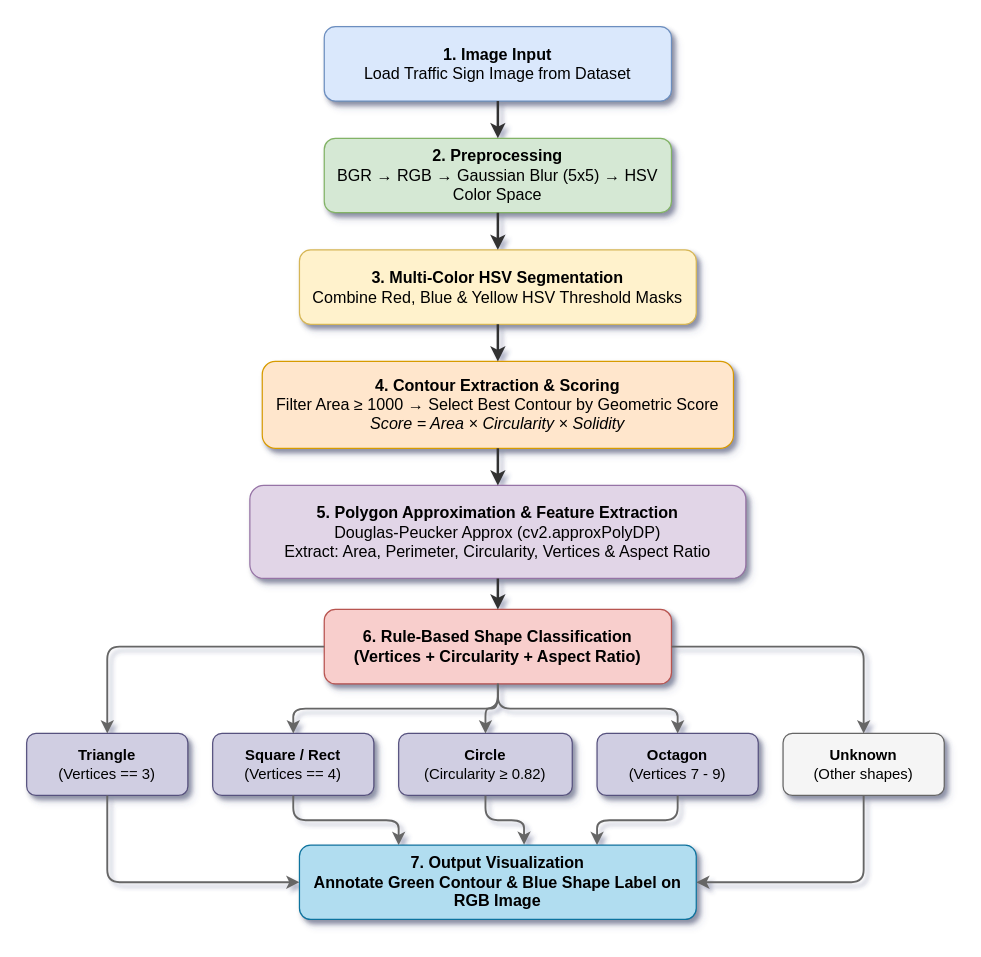
The draw.io diagram proposal/design/Shape_Detection_Pipeline.drawio in khoryz666/traffic-sign-recognition, before the edit. Source tidied: cells renumbered, new cells numbered last; positions are measured from the earlier drawing's top-left corner, leaving out a move shared by most shapes. Both pictures are drawn from the tidied source at 124%, with x=0, y=0 at pixel (26, 26).
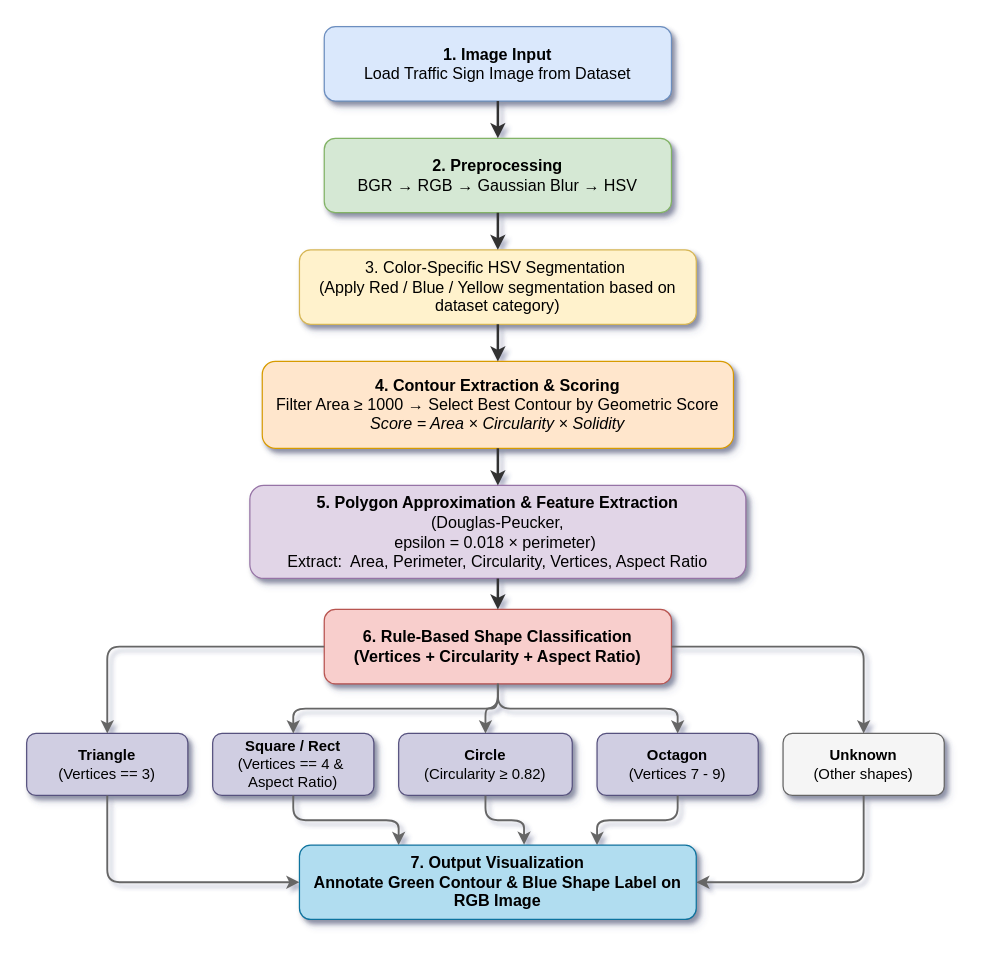
The same page after the edit.

Commit message:
Minor changes to shape detection pipeline design

What changed in the source:
```diff
@@
-    <mxCell id="3" value="&lt;b&gt;2. Preprocessing&lt;/b&gt;&lt;br&gt;BGR &amp;rarr; RGB &amp;rarr; Gaussian Blur (5x5) &amp;rarr; HSV Color Space" style="rounded=1;whiteSpace=wrap;html=1;fillColor=#d5e8d4;strokeColor=#82b366;fontFamily=Helvetica;fontSize=13;shadow=1;" parent="1" vertex="1">
+    <mxCell id="3" value="&lt;b&gt;2. Preprocessing&lt;/b&gt;&lt;br&gt;BGR → RGB → Gaussian Blur → HSV" style="rounded=1;whiteSpace=wrap;html=1;fillColor=#d5e8d4;strokeColor=#82b366;fontFamily=Helvetica;fontSize=13;shadow=1;" parent="1" vertex="1">
       <mxGeometry x="240" y="90" width="280" height="60" as="geometry" />
     </mxCell>
-    <mxCell id="4" value="&lt;b&gt;3. Multi-Color HSV Segmentation&lt;/b&gt;&lt;br&gt;Combine Red, Blue &amp;amp; Yellow HSV Threshold Masks" style="rounded=1;whiteSpace=wrap;html=1;fillColor=#fff2cc;strokeColor=#d6b656;fontFamily=Helvetica;fontSize=13;shadow=1;" parent="1" vertex="1">
+    <mxCell id="4" value="3. Color-Specific HSV Segmentation&amp;nbsp;&lt;div&gt;(Apply Red / Blue / Yellow segmentation based on dataset category)&lt;/div&gt;" style="rounded=1;whiteSpace=wrap;html=1;fillColor=#fff2cc;strokeColor=#d6b656;fontFamily=Helvetica;fontSize=13;shadow=1;" parent="1" vertex="1">
       <mxGeometry x="220" y="180" width="320" height="60" as="geometry" />
     </mxCell>
@@
-    <mxCell id="6" value="&lt;b&gt;5. Polygon Approximation &amp;amp; Feature Extraction&lt;/b&gt;&lt;br&gt;Douglas-Peucker Approx (cv2.approxPolyDP)&lt;br&gt;Extract: Area, Perimeter, Circularity, Vertices &amp;amp; Aspect Ratio" style="rounded=1;whiteSpace=wrap;html=1;fillColor=#e1d5e7;strokeColor=#9673a6;fontFamily=Helvetica;fontSize=13;shadow=1;" parent="1" vertex="1">
+    <mxCell id="6" value="&lt;b&gt;5. Polygon Approximation &amp;amp; Feature Extraction&lt;/b&gt;&lt;br&gt;(Douglas-Peucker,&lt;br/&gt;epsilon = 0.018 × perimeter)&amp;nbsp;&lt;div&gt;Extract:&amp;nbsp; Area, Perimeter, Circularity, Vertices, Aspect Ratio&lt;/div&gt;" style="rounded=1;whiteSpace=wrap;html=1;fillColor=#e1d5e7;strokeColor=#9673a6;fontFamily=Helvetica;fontSize=13;shadow=1;" parent="1" vertex="1">
       <mxGeometry x="180" y="370" width="400" height="75" as="geometry" />
     </mxCell>
@@
-    <mxCell id="9" value="&lt;b&gt;Square / Rect&lt;/b&gt;&lt;br&gt;(Vertices == 4)" style="rounded=1;whiteSpace=wrap;html=1;fillColor=#d0cee2;strokeColor=#56517e;fontFamily=Helvetica;fontSize=12;shadow=1;" parent="1" vertex="1">
+    <mxCell id="9" value="&lt;b&gt;Square / Rect&lt;/b&gt;&lt;br&gt;(Vertices == 4 &amp;amp;&amp;nbsp; Aspect Ratio)" style="rounded=1;whiteSpace=wrap;html=1;fillColor=#d0cee2;strokeColor=#56517e;fontFamily=Helvetica;fontSize=12;shadow=1;" parent="1" vertex="1">
       <mxGeometry x="150" y="570" width="130" height="50" as="geometry" />
     </mxCell>
```
